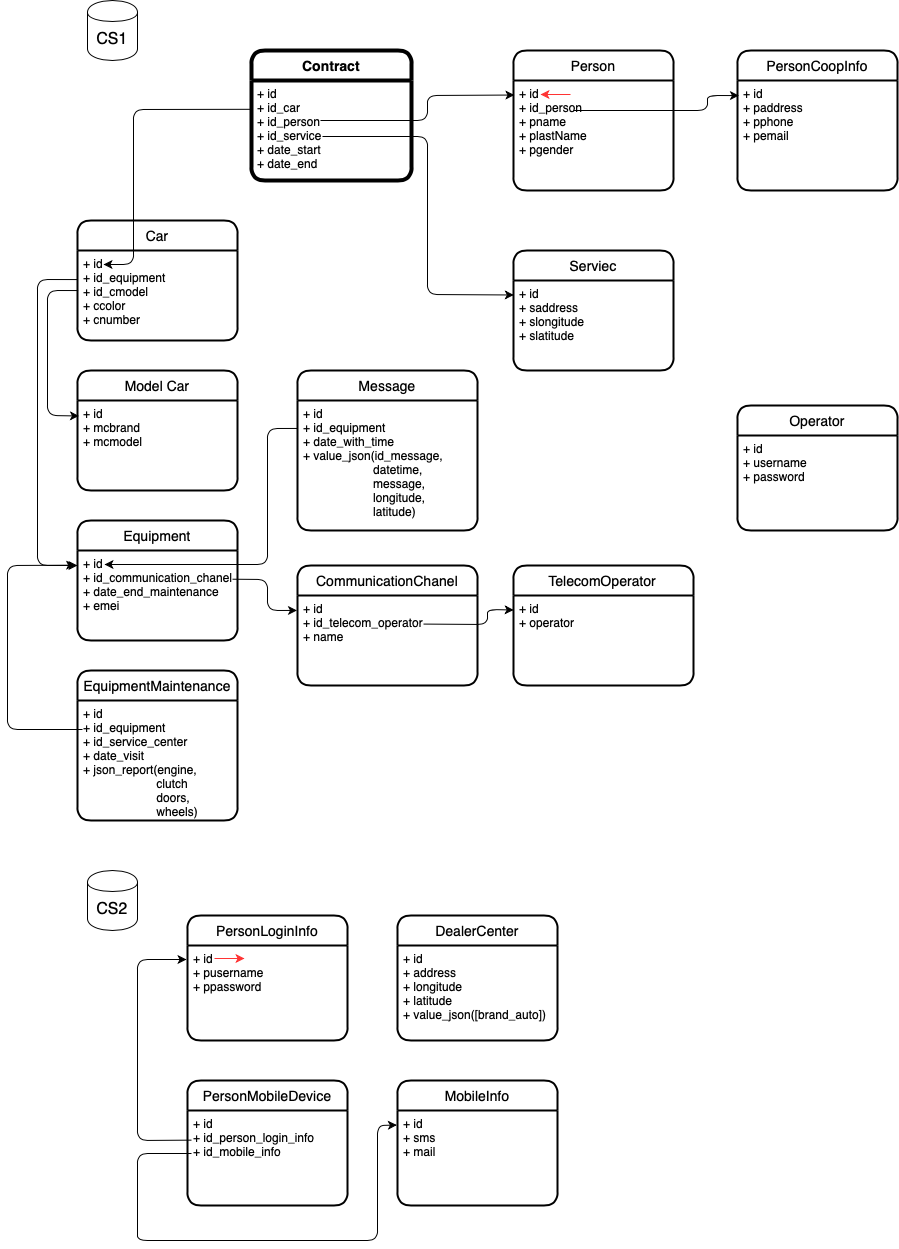
timoninas/db-practice keeps this draw.io diagram as model/bd_cs.png. Above is the earlier version. Source tidied: cells renumbered, new cells last; positions are measured from the earlier drawing's top-left corner, leaving out a move shared by most shapes.
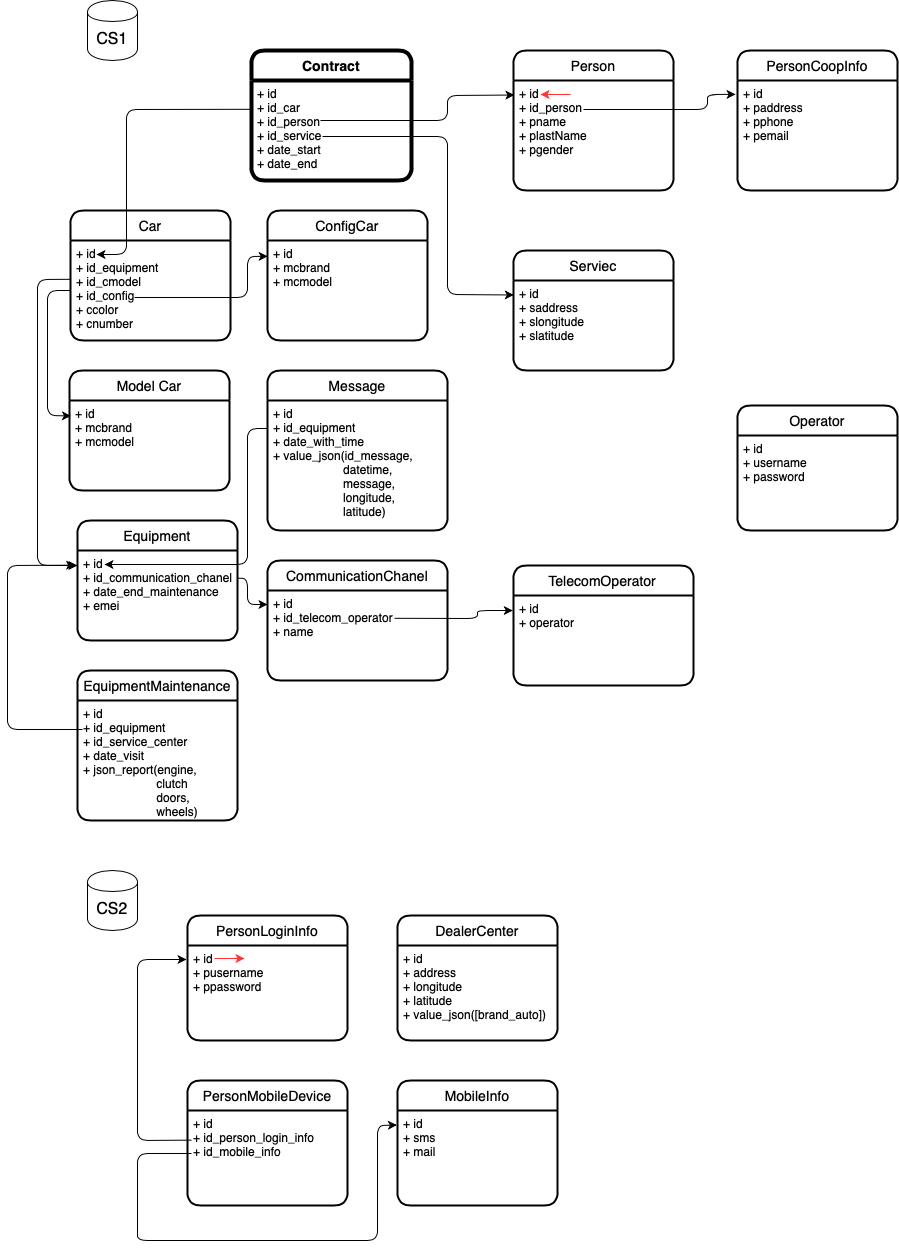
The same file after the commit.

Diff of the diagram source:
```diff
@@ -9,8 +9,8 @@
       <mxGeometry relative="1" as="geometry">
         <mxPoint x="69" y="70" as="sourcePoint" />
         <Array as="points">
-          <mxPoint x="176" y="70" />
-          <mxPoint x="176" y="45" />
+          <mxPoint x="196" y="70" />
+          <mxPoint x="196" y="45" />
         </Array>
       </mxGeometry>
     </mxCell>
@@ -18,21 +18,31 @@
       <mxGeometry y="30" width="160" height="100" as="geometry" />
     </mxCell>
     <mxCell id="5" value="Car" style="swimlane;horizontal=1;startSize=30;rounded=1;fontSize=14;fontStyle=0;strokeWidth=2;shadow=0;dashed=0;align=center;" parent="1" vertex="1">
-      <mxGeometry x="70" y="220" width="160" height="120" as="geometry" />
+      <mxGeometry x="63" y="210" width="160" height="130" as="geometry" />
     </mxCell>
     <mxCell id="6" style="endArrow=classic;html=1;exitX=0.003;exitY=0.288;exitDx=0;exitDy=0;exitPerimeter=0;" parent="5" edge="1" source="4">
       <mxGeometry relative="1" as="geometry">
         <mxPoint x="26" y="44" as="targetPoint" />
         <Array as="points">
-          <mxPoint x="56" y="-111" />
+          <mxPoint x="56" y="-101" />
           <mxPoint x="56" y="44" />
         </Array>
       </mxGeometry>
     </mxCell>
-    <mxCell id="7" value="+ id&#10;+ id_equipment&#10;+ id_cmodel&#10;+ ccolor&#10;+ cnumber" style="align=left;strokeColor=none;fillColor=none;spacingLeft=4;fontSize=12;verticalAlign=top;" parent="5" vertex="1">
-      <mxGeometry y="30" width="160" height="90" as="geometry" />
+    <mxCell id="7" value="+ id&#10;+ id_equipment&#10;+ id_cmodel&#10;+ id_config&#10;+ ccolor&#10;+ cnumber" style="align=left;strokeColor=none;fillColor=none;spacingLeft=4;fontSize=12;verticalAlign=top;" parent="5" vertex="1">
+      <mxGeometry y="30" width="160" height="100" as="geometry" />
     </mxCell>
+    <mxCell id="50" style="endArrow=classic;html=1;entryX=0.001;entryY=0.148;entryDx=0;entryDy=0;entryPerimeter=0;" parent="5" edge="1">
+      <mxGeometry relative="1" as="geometry">
+        <mxPoint x="64" y="87" as="sourcePoint" />
+        <mxPoint x="197.2" y="45.8" as="targetPoint" />
+        <Array as="points">
+          <mxPoint x="177" y="87" />
+          <mxPoint x="177" y="46" />
+        </Array>
+      </mxGeometry>
+    </mxCell>
-    <mxCell id="8" style="endArrow=classic;html=1;entryX=0.009;entryY=0.172;entryDx=0;entryDy=0;entryPerimeter=0;exitX=0.004;exitY=0.445;exitDx=0;exitDy=0;exitPerimeter=0;" parent="1" edge="1" source="7" target="10">
+    <mxCell id="8" style="endArrow=classic;html=1;entryX=0.009;entryY=0.172;entryDx=0;entryDy=0;entryPerimeter=0;exitX=0;exitY=0.5;exitDx=0;exitDy=0;" parent="1" edge="1" source="7" target="10">
       <mxGeometry relative="1" as="geometry">
         <Array as="points">
           <mxPoint x="40" y="290" />
@@ -43,20 +53,11 @@
       </mxGeometry>
     </mxCell>
     <mxCell id="9" value="Model Car" style="swimlane;horizontal=1;startSize=30;rounded=1;fontSize=14;fontStyle=0;strokeWidth=2;shadow=0;dashed=0;align=center;" parent="1" vertex="1">
-      <mxGeometry x="70" y="370" width="160" height="120" as="geometry" />
+      <mxGeometry x="62" y="370" width="160" height="120" as="geometry" />
     </mxCell>
     <mxCell id="10" value="+ id&#10;+ mcbrand&#10;+ mcmodel" style="align=left;strokeColor=none;fillColor=none;spacingLeft=4;fontSize=12;verticalAlign=top;" parent="9" vertex="1">
       <mxGeometry y="30" width="160" height="90" as="geometry" />
     </mxCell>
-    <mxCell id="11" style="endArrow=classic;html=1;entryX=0.009;entryY=0.137;entryDx=0;entryDy=0;entryPerimeter=0;" parent="1" edge="1" target="14">
-      <mxGeometry relative="1" as="geometry">
-        <mxPoint x="566" y="110" as="sourcePoint" />
-        <Array as="points">
-          <mxPoint x="700" y="110" />
-          <mxPoint x="700" y="95" />
-        </Array>
-      </mxGeometry>
-    </mxCell>
     <mxCell id="12" value="&lt;font style=&quot;font-size: 16px&quot;&gt;CS1&lt;/font&gt;" style="shape=cylinder;whiteSpace=wrap;html=1;boundedLbl=1;backgroundOutline=1;strokeWidth=1;" parent="1" vertex="1">
       <mxGeometry x="80" width="50" height="60" as="geometry" />
     </mxCell>
@@ -66,6 +67,12 @@
     <mxCell id="14" value="+ id&#10;+ paddress&#10;+ pphone&#10;+ pemail" style="align=left;strokeColor=none;fillColor=none;spacingLeft=4;fontSize=12;verticalAlign=top;" parent="13" vertex="1">
       <mxGeometry y="30" width="160" height="110" as="geometry" />
     </mxCell>
+    <mxCell id="51" value="ConfigCar" style="swimlane;horizontal=1;startSize=30;rounded=1;fontSize=14;fontStyle=0;strokeWidth=2;shadow=0;dashed=0;align=center;" parent="1" vertex="1">
+      <mxGeometry x="260" y="210" width="160" height="130" as="geometry" />
+    </mxCell>
+    <mxCell id="52" value="+ id&#10;+ mcbrand&#10;+ mcmodel" style="align=left;strokeColor=none;fillColor=none;spacingLeft=4;fontSize=12;verticalAlign=top;" parent="51" vertex="1">
+      <mxGeometry y="30" width="160" height="100" as="geometry" />
+    </mxCell>
     <mxCell id="15" value="&lt;font style=&quot;font-size: 16px&quot;&gt;CS2&lt;/font&gt;" style="shape=cylinder;whiteSpace=wrap;html=1;boundedLbl=1;backgroundOutline=1;" parent="1" vertex="1">
       <mxGeometry x="80" y="870" width="50" height="60" as="geometry" />
     </mxCell>
@@ -76,7 +83,8 @@
       <mxGeometry relative="1" as="geometry">
         <mxPoint x="27" y="44" as="sourcePoint" />
         <Array as="points">
-          <mxPoint x="190" y="44" />
+          <mxPoint x="170" y="44" />
+          <mxPoint x="170" y="-92" />
           <mxPoint x="190" y="-92" />
         </Array>
       </mxGeometry>
@@ -84,12 +92,6 @@
     <mxCell id="18" value="+ id&#10;+ id_communication_chanel&#10;+ date_end_maintenance&#10;+ emei" style="align=left;strokeColor=none;fillColor=none;spacingLeft=4;fontSize=12;verticalAlign=top;" parent="16" vertex="1">
       <mxGeometry y="30" width="160" height="90" as="geometry" />
     </mxCell>
-    <mxCell id="19" value="Message" style="swimlane;horizontal=1;startSize=30;rounded=1;fontSize=14;fontStyle=0;strokeWidth=2;shadow=0;dashed=0;align=center;" parent="1" vertex="1">
-      <mxGeometry x="290" y="370" width="180" height="160" as="geometry" />
-    </mxCell>
-    <mxCell id="20" value="+ id&#10;+ id_equipment&#10;+ date_with_time&#10;+ value_json(id_message, &#10;                     datetime, &#10;                     message, &#10;                     longitude, &#10;                     latitude)" style="align=left;strokeColor=none;fillColor=none;spacingLeft=4;fontSize=12;verticalAlign=top;" parent="19" vertex="1">
-      <mxGeometry y="30" width="180" height="130" as="geometry" />
-    </mxCell>
     <mxCell id="21" value="Person" style="swimlane;horizontal=1;startSize=30;rounded=1;fontSize=14;fontStyle=0;strokeWidth=2;shadow=0;dashed=0;align=center;" parent="1" vertex="1">
       <mxGeometry x="506" y="50" width="160" height="140" as="geometry" />
     </mxCell>
@@ -99,6 +101,15 @@
         <mxPoint x="27" y="44" as="targetPoint" />
       </mxGeometry>
     </mxCell>
+    <mxCell id="53" style="endArrow=classic;html=1;entryX=-0.012;entryY=0.126;entryDx=0;entryDy=0;entryPerimeter=0;" parent="21" edge="1" target="14">
+      <mxGeometry relative="1" as="geometry">
+        <mxPoint x="70" y="59" as="sourcePoint" />
+        <Array as="points">
+          <mxPoint x="194" y="59" />
+          <mxPoint x="194" y="44" />
+        </Array>
+      </mxGeometry>
+    </mxCell>
     <mxCell id="23" value="+ id&#10;+ id_person&#10;+ pname&#10;+ plastName&#10;+ pgender" style="align=left;strokeColor=none;fillColor=none;spacingLeft=4;fontSize=12;verticalAlign=top;" parent="21" vertex="1">
       <mxGeometry y="30" width="160" height="110" as="geometry" />
     </mxCell>
@@ -106,12 +117,12 @@
       <mxGeometry relative="1" as="geometry">
         <mxPoint x="315" y="136" as="sourcePoint" />
         <Array as="points">
-          <mxPoint x="420" y="136" />
-          <mxPoint x="420" y="294" />
+          <mxPoint x="440" y="136" />
+          <mxPoint x="440" y="294" />
         </Array>
       </mxGeometry>
     </mxCell>
-    <mxCell id="25" style="endArrow=classic;html=1;exitX=-0.002;exitY=0.323;exitDx=0;exitDy=0;exitPerimeter=0;" parent="1" edge="1" source="7">
+    <mxCell id="25" style="endArrow=classic;html=1;exitX=-0.002;exitY=0.388;exitDx=0;exitDy=0;exitPerimeter=0;" parent="1" edge="1" source="7">
       <mxGeometry relative="1" as="geometry">
         <mxPoint x="70" y="565" as="targetPoint" />
         <Array as="points">
@@ -120,30 +131,6 @@
         </Array>
       </mxGeometry>
     </mxCell>
-    <mxCell id="26" value="CommunicationChanel" style="swimlane;horizontal=1;startSize=30;rounded=1;fontSize=14;fontStyle=0;strokeWidth=2;shadow=0;dashed=0;align=center;" parent="1" vertex="1">
-      <mxGeometry x="290" y="565" width="180" height="120" as="geometry" />
-    </mxCell>
-    <mxCell id="27" value="+ id&#10;+ id_telecom_operator&#10;+ name" style="align=left;strokeColor=none;fillColor=none;spacingLeft=4;fontSize=12;verticalAlign=top;" parent="26" vertex="1">
-      <mxGeometry y="30" width="180" height="90" as="geometry" />
-    </mxCell>
-    <mxCell id="28" style="endArrow=classic;html=1;entryX=0.001;entryY=0.161;entryDx=0;entryDy=0;entryPerimeter=0;" parent="1" edge="1" target="33">
-      <mxGeometry relative="1" as="geometry">
-        <mxPoint x="416" y="623.6" as="sourcePoint" />
-        <Array as="points">
-          <mxPoint x="480" y="624" />
-          <mxPoint x="480" y="609" />
-        </Array>
-      </mxGeometry>
-    </mxCell>
-    <mxCell id="29" style="endArrow=classic;html=1;entryX=-0.003;entryY=0.166;entryDx=0;entryDy=0;entryPerimeter=0;" parent="1" edge="1" target="27">
-      <mxGeometry relative="1" as="geometry">
-        <mxPoint x="225" y="578.7" as="sourcePoint" />
-        <Array as="points">
-          <mxPoint x="260" y="579" />
-          <mxPoint x="260" y="610" />
-        </Array>
-      </mxGeometry>
-    </mxCell>
     <mxCell id="30" value="Serviec" style="swimlane;horizontal=1;startSize=30;rounded=1;fontSize=14;fontStyle=0;strokeWidth=2;shadow=0;dashed=0;align=center;" parent="1" vertex="1">
       <mxGeometry x="506" y="250" width="160" height="120" as="geometry" />
     </mxCell>
@@ -162,6 +149,12 @@
     <mxCell id="35" value="+ id&#10;+ username&#10;+ password" style="align=left;strokeColor=none;fillColor=none;spacingLeft=4;fontSize=12;verticalAlign=top;" parent="34" vertex="1">
       <mxGeometry y="30" width="160" height="95" as="geometry" />
     </mxCell>
+    <mxCell id="19" value="Message" style="swimlane;horizontal=1;startSize=30;rounded=1;fontSize=14;fontStyle=0;strokeWidth=2;shadow=0;dashed=0;align=center;" parent="1" vertex="1">
+      <mxGeometry x="260" y="370" width="180" height="160" as="geometry" />
+    </mxCell>
+    <mxCell id="20" value="+ id&#10;+ id_equipment&#10;+ date_with_time&#10;+ value_json(id_message, &#10;                     datetime, &#10;                     message, &#10;                     longitude, &#10;                     latitude)" style="align=left;strokeColor=none;fillColor=none;spacingLeft=4;fontSize=12;verticalAlign=top;" parent="19" vertex="1">
+      <mxGeometry y="30" width="180" height="130" as="geometry" />
+    </mxCell>
     <mxCell id="36" value="PersonLoginInfo" style="swimlane;horizontal=1;startSize=30;rounded=1;fontSize=14;fontStyle=0;strokeWidth=2;shadow=0;dashed=0;align=center;" parent="1" vertex="1">
       <mxGeometry x="180" y="915" width="160" height="125" as="geometry" />
     </mxCell>
@@ -195,6 +188,12 @@
         </Array>
       </mxGeometry>
     </mxCell>
+    <mxCell id="26" value="CommunicationChanel" style="swimlane;horizontal=1;startSize=30;rounded=1;fontSize=14;fontStyle=0;strokeWidth=2;shadow=0;dashed=0;align=center;" parent="1" vertex="1">
+      <mxGeometry x="260" y="560" width="180" height="120" as="geometry" />
+    </mxCell>
+    <mxCell id="27" value="+ id&#10;+ id_telecom_operator&#10;+ name" style="align=left;strokeColor=none;fillColor=none;spacingLeft=4;fontSize=12;verticalAlign=top;" parent="26" vertex="1">
+      <mxGeometry y="30" width="180" height="90" as="geometry" />
+    </mxCell>
     <mxCell id="44" value="PersonMobileDevice" style="swimlane;horizontal=1;startSize=30;rounded=1;fontSize=14;fontStyle=0;strokeWidth=2;shadow=0;dashed=0;align=center;" parent="1" vertex="1">
       <mxGeometry x="180" y="1080" width="160" height="125" as="geometry" />
     </mxCell>
@@ -229,5 +228,23 @@
         </Array>
       </mxGeometry>
     </mxCell>
+    <mxCell id="54" style="endArrow=classic;html=1;exitX=0.998;exitY=0.307;exitDx=0;exitDy=0;exitPerimeter=0;" parent="1" edge="1" source="18">
+      <mxGeometry relative="1" as="geometry">
+        <mxPoint x="260" y="604" as="targetPoint" />
+        <Array as="points">
+          <mxPoint x="240" y="578" />
+          <mxPoint x="240" y="604" />
+        </Array>
+      </mxGeometry>
+    </mxCell>
+    <mxCell id="55" style="endArrow=classic;html=1;entryX=-0.004;entryY=0.167;entryDx=0;entryDy=0;entryPerimeter=0;" parent="1" edge="1" target="33">
+      <mxGeometry relative="1" as="geometry">
+        <mxPoint x="387" y="617.8" as="sourcePoint" />
+        <Array as="points">
+          <mxPoint x="470" y="618" />
+          <mxPoint x="470" y="610" />
+        </Array>
+      </mxGeometry>
+    </mxCell>
   </root>
 </mxGraphModel>
```
